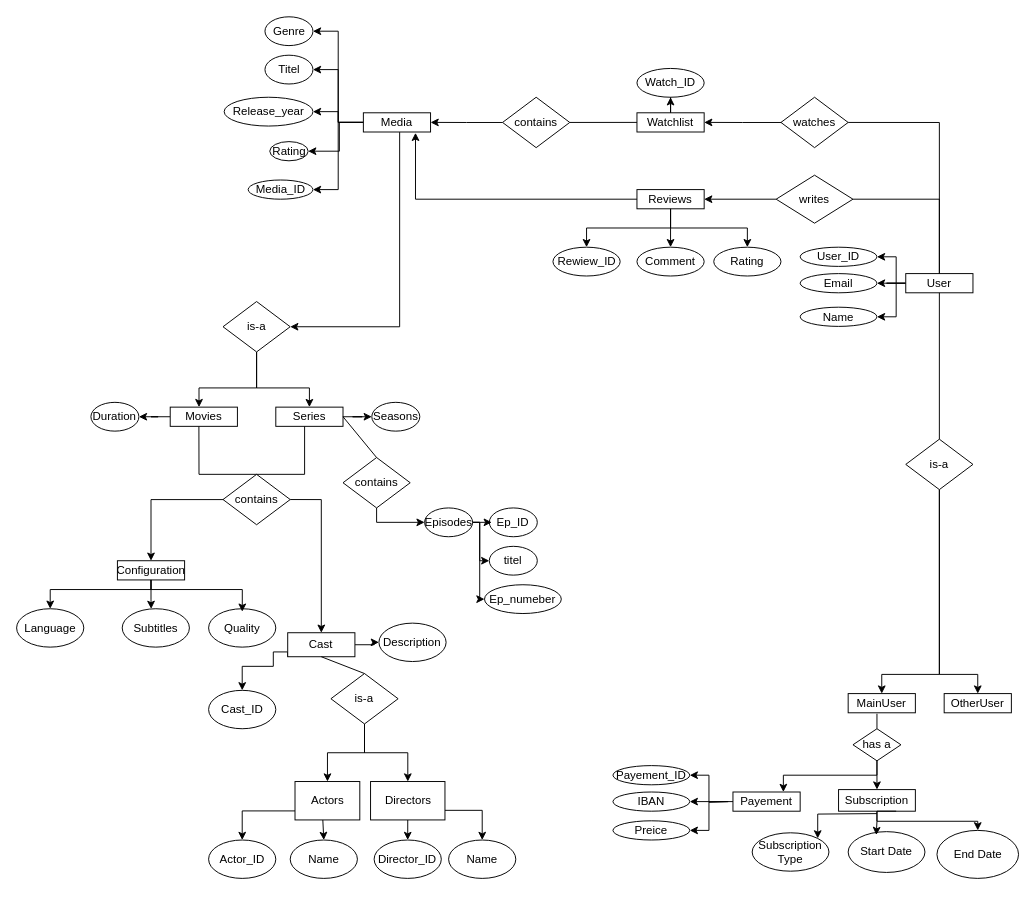
Before: draw_io/ER.drawio in KevinGarrison/DataEngineeringProjects, a draw.io diagram. Source tidied: cells renumbered, new cells numbered last; positions are measured from the earlier drawing's top-left corner, leaving out a move shared by most shapes. Both pictures are drawn from the tidied source at 96%, with x=0, y=0 at pixel (16, 16).
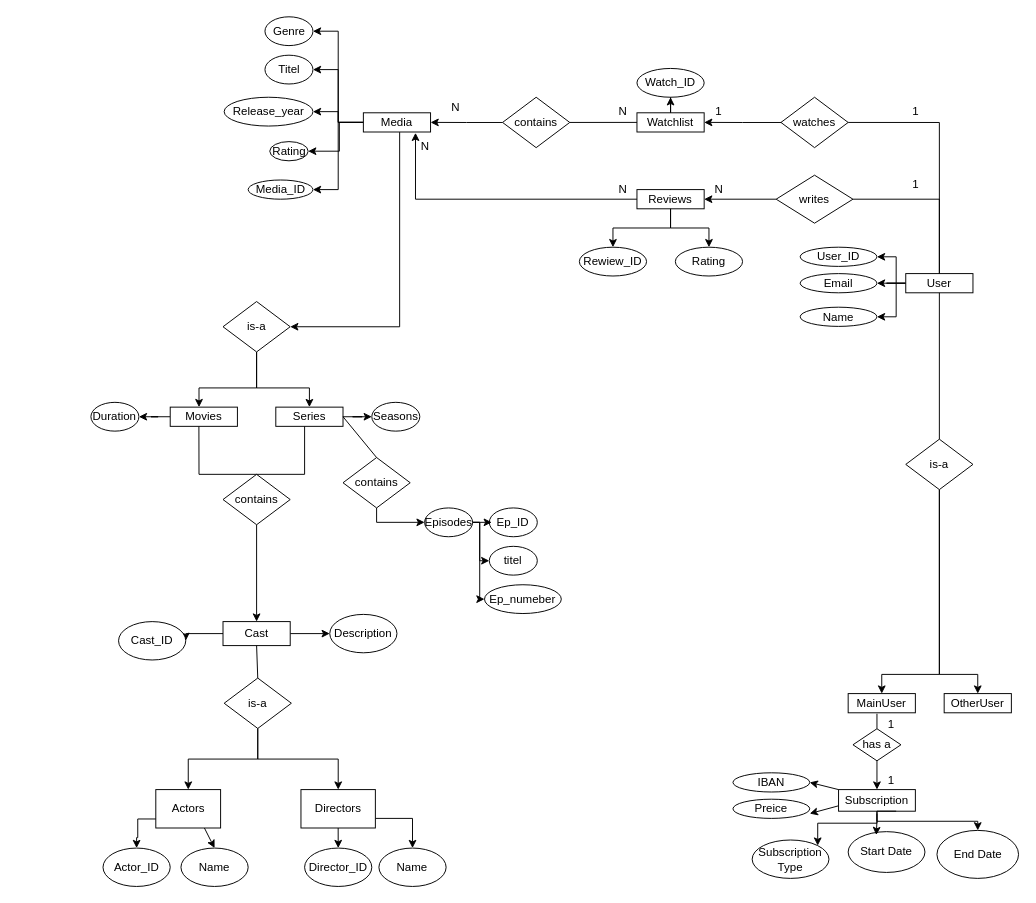
The same page after the edit.

The change refers to these unchanged cells:
```xml
<mxCell id="25" value="contains" style="rhombus;whiteSpace=wrap;html=1;" parent="1" vertex="1">
  <mxGeometry x="214.8" y="476.6" width="70" height="52.5" as="geometry" />
</mxCell>
<mxCell id="65" value="Reviews" style="rounded=0;whiteSpace=wrap;html=1;" parent="1" vertex="1">
  <mxGeometry x="646" y="180" width="70" height="20" as="geometry" />
</mxCell>
<mxCell id="102" value="has a" style="rhombus;whiteSpace=wrap;html=1;" parent="1" vertex="1">
  <mxGeometry x="871" y="741.6" width="50" height="33.4" as="geometry" />
</mxCell>
<mxCell id="105" value="Subscription" style="rounded=0;whiteSpace=wrap;html=1;" parent="1" vertex="1">
  <mxGeometry x="856" y="805" width="80" height="22.5" as="geometry" />
</mxCell>
```

The edit, as a diff of the source:
```diff
@@
-    <mxCell id="22" style="edgeStyle=orthogonalEdgeStyle;rounded=0;jettySize=auto;html=1;entryX=0.5;entryY=0;entryDx=0;entryDy=0;" parent="1" edge="1" source="23" target="28">
-      <mxGeometry relative="1" as="geometry">
-        <Array as="points">
-          <mxPoint x="139.8" y="596.6" />
-          <mxPoint x="34.8" y="596.6" />
-        </Array>
-      </mxGeometry>
-    </mxCell>
-    <mxCell id="23" value="Configuration" style="rounded=0;whiteSpace=wrap;html=1;" parent="1" vertex="1">
-      <mxGeometry x="104.8" y="566.6" width="70" height="20" as="geometry" />
-    </mxCell>
-    <mxCell id="24" style="edgeStyle=orthogonalEdgeStyle;rounded=0;jettySize=auto;html=1;entryX=0.5;entryY=0;entryDx=0;entryDy=0;" parent="1" edge="1" source="25" target="23">
-      <mxGeometry relative="1" as="geometry" />
-    </mxCell>
@@
-    <mxCell id="28" value="Language" style="ellipse;whiteSpace=wrap;html=1;" parent="1" vertex="1">
-      <mxGeometry x="-0.2" y="616.6" width="70" height="40" as="geometry" />
-    </mxCell>
-    <mxCell id="29" value="Subtitles" style="ellipse;whiteSpace=wrap;html=1;" parent="1" vertex="1">
-      <mxGeometry x="109.8" y="616.6" width="70" height="40" as="geometry" />
-    </mxCell>
-    <mxCell id="30" value="Quality" style="ellipse;whiteSpace=wrap;html=1;" parent="1" vertex="1">
-      <mxGeometry x="199.8" y="616.6" width="70" height="40" as="geometry" />
-    </mxCell>
-    <mxCell id="31" style="edgeStyle=orthogonalEdgeStyle;rounded=0;jettySize=auto;html=1;entryX=0.431;entryY=0.004;entryDx=0;entryDy=0;entryPerimeter=0;" parent="1" edge="1" source="23" target="29">
-      <mxGeometry relative="1" as="geometry" />
-    </mxCell>
-    <mxCell id="32" style="edgeStyle=orthogonalEdgeStyle;rounded=0;jettySize=auto;html=1;entryX=0.501;entryY=0.077;entryDx=0;entryDy=0;entryPerimeter=0;" parent="1" edge="1" source="23" target="30">
-      <mxGeometry relative="1" as="geometry">
-        <Array as="points">
-          <mxPoint x="139.8" y="596.6" />
-          <mxPoint x="234.8" y="596.6" />
-        </Array>
-      </mxGeometry>
-    </mxCell>
@@
-    <mxCell id="40" style="edgeStyle=orthogonalEdgeStyle;rounded=0;jettySize=auto;html=1;entryX=1;entryY=0.5;entryDx=0;entryDy=0;" parent="1" edge="1" target="43">
-      <mxGeometry relative="1" as="geometry">
-        <mxPoint x="741" y="817.5" as="sourcePoint" />
-      </mxGeometry>
-    </mxCell>
-    <mxCell id="41" style="edgeStyle=orthogonalEdgeStyle;rounded=0;jettySize=auto;html=1;entryX=1;entryY=0.5;entryDx=0;entryDy=0;" parent="1" edge="1" target="45">
-      <mxGeometry relative="1" as="geometry">
-        <mxPoint x="741" y="817.5" as="sourcePoint" />
-      </mxGeometry>
-    </mxCell>
-    <mxCell id="42" value="Payement" style="rounded=0;whiteSpace=wrap;html=1;" parent="1" vertex="1">
-      <mxGeometry x="746" y="807.5" width="70" height="20" as="geometry" />
-    </mxCell>
-    <mxCell id="43" value="Payement_ID" style="ellipse;whiteSpace=wrap;html=1;" parent="1" vertex="1">
-      <mxGeometry x="621" y="780" width="80" height="20" as="geometry" />
-    </mxCell>
     <mxCell id="44" value="IBAN" style="ellipse;whiteSpace=wrap;html=1;" parent="1" vertex="1">
-      <mxGeometry x="621" y="807.5" width="80" height="20" as="geometry" />
+      <mxGeometry x="746" y="787.5" width="80" height="20" as="geometry" />
     </mxCell>
     <mxCell id="45" value="Preice" style="ellipse;whiteSpace=wrap;html=1;" parent="1" vertex="1">
-      <mxGeometry x="621" y="837.5" width="80" height="20" as="geometry" />
+      <mxGeometry x="746" y="815" width="80" height="20" as="geometry" />
     </mxCell>
-    <mxCell id="46" style="edgeStyle=orthogonalEdgeStyle;rounded=0;jettySize=auto;html=1;entryX=1;entryY=0.5;entryDx=0;entryDy=0;exitX=0;exitY=0.5;exitDx=0;exitDy=0;" parent="1" edge="1" source="42" target="44">
-      <mxGeometry relative="1" as="geometry" />
-    </mxCell>
@@
     <mxCell id="60" value="Subscription&lt;div&gt;Type&lt;/div&gt;" style="ellipse;whiteSpace=wrap;html=1;" parent="1" vertex="1">
-      <mxGeometry x="766" y="850" width="80" height="40" as="geometry" />
+      <mxGeometry x="766" y="857.5" width="80" height="40" as="geometry" />
     </mxCell>
@@
     <mxCell id="63" style="edgeStyle=orthogonalEdgeStyle;rounded=0;jettySize=auto;html=1;entryX=0.5;entryY=0;entryDx=0;entryDy=0;" parent="1" edge="1" source="65" target="67">
-      <mxGeometry relative="1" as="geometry">
-        <Array as="points">
-          <mxPoint x="681" y="220" />
-          <mxPoint x="594" y="220" />
-        </Array>
-      </mxGeometry>
+      <mxGeometry relative="1" as="geometry" />
     </mxCell>
-    <mxCell id="64" style="edgeStyle=orthogonalEdgeStyle;rounded=0;jettySize=auto;html=1;entryX=0.5;entryY=0;entryDx=0;entryDy=0;" parent="1" edge="1" source="65" target="66">
-      <mxGeometry relative="1" as="geometry" />
-    </mxCell>
@@
-    <mxCell id="66" value="Comment" style="ellipse;whiteSpace=wrap;html=1;" parent="1" vertex="1">
-      <mxGeometry x="646" y="240" width="70" height="30" as="geometry" />
-    </mxCell>
     <mxCell id="67" value="Rewiew_ID" style="ellipse;whiteSpace=wrap;html=1;" parent="1" vertex="1">
-      <mxGeometry x="558.5" y="240" width="70" height="30" as="geometry" />
+      <mxGeometry x="586" y="240" width="70" height="30" as="geometry" />
     </mxCell>
     <mxCell id="68" value="Rating" style="ellipse;whiteSpace=wrap;html=1;" parent="1" vertex="1">
-      <mxGeometry x="726" y="240" width="70" height="30" as="geometry" />
+      <mxGeometry x="686" y="240" width="70" height="30" as="geometry" />
     </mxCell>
     <mxCell id="69" style="edgeStyle=orthogonalEdgeStyle;rounded=0;jettySize=auto;html=1;entryX=0.5;entryY=0;entryDx=0;entryDy=0;" parent="1" edge="1" source="65" target="68">
-      <mxGeometry relative="1" as="geometry">
-        <Array as="points">
-          <mxPoint x="681" y="220" />
-          <mxPoint x="761" y="220" />
-        </Array>
-      </mxGeometry>
+      <mxGeometry relative="1" as="geometry" />
     </mxCell>
@@
-    <mxCell id="82" style="edgeStyle=orthogonalEdgeStyle;rounded=0;jettySize=auto;html=1;entryX=0.5;entryY=0;entryDx=0;entryDy=0;exitX=0;exitY=1;exitDx=0;exitDy=0;" parent="1" edge="1" source="83" target="87">
-      <mxGeometry relative="1" as="geometry">
-        <Array as="points">
-          <mxPoint x="267.2" y="661.6" />
-          <mxPoint x="267.2" y="676.6" />
-          <mxPoint x="235.2" y="676.6" />
-        </Array>
-      </mxGeometry>
+    <mxCell id="82" style="edgeStyle=orthogonalEdgeStyle;rounded=0;jettySize=auto;html=1;entryX=1;entryY=0.5;entryDx=0;entryDy=0;exitX=0;exitY=0.5;exitDx=0;exitDy=0;" parent="1" edge="1" source="83" target="87">
+      <mxGeometry relative="1" as="geometry" />
     </mxCell>
     <mxCell id="83" value="Cast" style="rounded=0;whiteSpace=wrap;html=1;" parent="1" vertex="1">
-      <mxGeometry x="282.2" y="641.6" width="70" height="25" as="geometry" />
+      <mxGeometry x="214.8" y="630" width="70" height="25" as="geometry" />
     </mxCell>
-    <mxCell id="84" style="edgeStyle=orthogonalEdgeStyle;rounded=0;jettySize=auto;html=1;entryX=0.5;entryY=0;entryDx=0;entryDy=0;exitX=1;exitY=0.5;exitDx=0;exitDy=0;" parent="1" edge="1" source="25" target="83">
+    <mxCell id="84" style="edgeStyle=orthogonalEdgeStyle;rounded=0;jettySize=auto;html=1;entryX=0.5;entryY=0;entryDx=0;entryDy=0;exitX=0.5;exitY=1;exitDx=0;exitDy=0;" parent="1" edge="1" source="25" target="83">
       <mxGeometry relative="1" as="geometry" />
     </mxCell>
     <mxCell id="85" value="Description" style="ellipse;whiteSpace=wrap;html=1;" parent="1" vertex="1">
-      <mxGeometry x="377.2" y="631.6" width="70" height="40" as="geometry" />
+      <mxGeometry x="326" y="622.5" width="70" height="40" as="geometry" />
     </mxCell>
@@
     <mxCell id="87" value="Cast_ID" style="ellipse;whiteSpace=wrap;html=1;" parent="1" vertex="1">
-      <mxGeometry x="199.8" y="701.6" width="70" height="40" as="geometry" />
+      <mxGeometry x="106" y="630" width="70" height="40" as="geometry" />
     </mxCell>
     <mxCell id="88" value="is-a" style="rhombus;whiteSpace=wrap;html=1;" parent="1" vertex="1">
-      <mxGeometry x="327.2" y="684.1" width="70" height="52.5" as="geometry" />
+      <mxGeometry x="216" y="688.8" width="70" height="52.5" as="geometry" />
     </mxCell>
@@
     <mxCell id="92" value="Actor_ID" style="ellipse;whiteSpace=wrap;html=1;" parent="1" vertex="1">
-      <mxGeometry x="199.8" y="857.5" width="70" height="40" as="geometry" />
+      <mxGeometry x="89.8" y="865.9" width="70" height="40" as="geometry" />
     </mxCell>
     <mxCell id="93" value="Director_ID" style="ellipse;whiteSpace=wrap;html=1;" parent="1" vertex="1">
-      <mxGeometry x="372.2" y="857.5" width="70" height="40" as="geometry" />
+      <mxGeometry x="299.8" y="865.9" width="70" height="40" as="geometry" />
     </mxCell>
     <mxCell id="94" value="Name" style="ellipse;whiteSpace=wrap;html=1;" parent="1" vertex="1">
-      <mxGeometry x="284.8" y="857.5" width="70" height="40" as="geometry" />
+      <mxGeometry x="171" y="865.9" width="70" height="40" as="geometry" />
     </mxCell>
     <mxCell id="95" value="Name" style="ellipse;whiteSpace=wrap;html=1;" parent="1" vertex="1">
-      <mxGeometry x="449.8" y="857.5" width="70" height="40" as="geometry" />
+      <mxGeometry x="377.2" y="865.9" width="70" height="40" as="geometry" />
     </mxCell>
     <mxCell id="96" style="endArrow=classic;html=1;rounded=0;exitX=0.03;exitY=0.765;exitDx=0;exitDy=0;entryX=0.5;entryY=0;entryDx=0;entryDy=0;edgeStyle=orthogonalEdgeStyle;exitPerimeter=0;" parent="1" edge="1" source="100" target="92">
-      <mxGeometry relative="1" as="geometry" />
+      <mxGeometry relative="1" as="geometry">
+        <Array as="points">
+          <mxPoint x="126" y="836" />
+          <mxPoint x="126" y="855" />
+          <mxPoint x="125" y="855" />
+        </Array>
+      </mxGeometry>
     </mxCell>
-    <mxCell id="97" style="endArrow=classic;html=1;rounded=0;exitX=0.429;exitY=0.988;exitDx=0;exitDy=0;entryX=0.5;entryY=0;entryDx=0;entryDy=0;exitPerimeter=0;" parent="1" edge="1" source="100" target="94">
+    <mxCell id="97" style="endArrow=classic;html=1;rounded=0;exitX=0.75;exitY=1;exitDx=0;exitDy=0;entryX=0.5;entryY=0;entryDx=0;entryDy=0;" parent="1" edge="1" source="100" target="94">
       <mxGeometry relative="1" as="geometry" />
     </mxCell>
@@
     <mxCell id="99" style="endArrow=classic;html=1;rounded=0;entryX=0.5;entryY=0;entryDx=0;entryDy=0;edgeStyle=orthogonalEdgeStyle;exitX=1;exitY=0.75;exitDx=0;exitDy=0;" parent="1" edge="1" source="101" target="95">
       <mxGeometry relative="1" as="geometry">
         <Array as="points">
-          <mxPoint x="485.2" y="826.6" />
+          <mxPoint x="412.8" y="835" />
         </Array>
       </mxGeometry>
     </mxCell>
     <mxCell id="100" value="Actors" style="rounded=0;whiteSpace=wrap;html=1;" parent="1" vertex="1">
-      <mxGeometry x="289.8" y="796.6" width="67.5" height="40" as="geometry" />
+      <mxGeometry x="144.8" y="805" width="67.5" height="40" as="geometry" />
     </mxCell>
     <mxCell id="101" value="Directors" style="rounded=0;whiteSpace=wrap;html=1;" parent="1" vertex="1">
-      <mxGeometry x="368.5" y="796.6" width="77.5" height="40" as="geometry" />
+      <mxGeometry x="296" y="805" width="77.5" height="40" as="geometry" />
     </mxCell>
@@
-    <mxCell id="104" style="endArrow=classic;html=1;rounded=0;exitX=0.5;exitY=1;exitDx=0;exitDy=0;entryX=0.75;entryY=0;entryDx=0;entryDy=0;edgeStyle=orthogonalEdgeStyle;" parent="1" edge="1" source="102" target="42">
-      <mxGeometry relative="1" as="geometry">
-        <Array as="points">
-          <mxPoint x="896" y="790" />
-          <mxPoint x="799" y="790" />
-          <mxPoint x="799" y="808" />
-        </Array>
-      </mxGeometry>
-    </mxCell>
+    <mxCell id="115" style="rounded=0;jettySize=auto;html=1;exitX=0;exitY=0.75;exitDx=0;exitDy=0;" parent="1" edge="1" source="105">
+      <mxGeometry relative="1" as="geometry">
+        <mxPoint x="826" y="830" as="targetPoint" />
+      </mxGeometry>
+    </mxCell>
+    <mxCell id="116" style="rounded=0;jettySize=auto;html=1;exitX=0;exitY=0;exitDx=0;exitDy=0;entryX=1;entryY=0.5;entryDx=0;entryDy=0;" parent="1" edge="1" source="105" target="44">
+      <mxGeometry relative="1" as="geometry" />
+    </mxCell>
@@
     <mxCell id="108" style="endArrow=classic;html=1;rounded=0;entryX=1;entryY=0;entryDx=0;entryDy=0;edgeStyle=orthogonalEdgeStyle;" parent="1" edge="1" target="60">
       <mxGeometry relative="1" as="geometry">
         <mxPoint x="896" y="830" as="sourcePoint" />
+        <Array as="points">
+          <mxPoint x="896" y="840" />
+          <mxPoint x="834" y="840" />
+        </Array>
       </mxGeometry>
     </mxCell>
@@
+    <mxCell id="117" value="N" style="text;html=1;align=center;verticalAlign=middle;strokeColor=none;fillColor=none;" parent="1" vertex="1">
+      <mxGeometry x="409.8" y="120" width="30" height="30" as="geometry" />
+    </mxCell>
+    <mxCell id="118" value="N" style="text;html=1;align=center;verticalAlign=middle;strokeColor=none;fillColor=none;" parent="1" vertex="1">
+      <mxGeometry x="716" y="165" width="30" height="30" as="geometry" />
+    </mxCell>
+    <mxCell id="119" value="1" style="text;html=1;align=center;verticalAlign=middle;strokeColor=none;fillColor=none;" parent="1" vertex="1">
+      <mxGeometry x="716" y="83.8" width="30" height="30" as="geometry" />
+    </mxCell>
+    <mxCell id="120" value="1" style="text;html=1;align=center;verticalAlign=middle;strokeColor=none;fillColor=none;" parent="1" vertex="1">
+      <mxGeometry x="921" y="83.8" width="30" height="30" as="geometry" />
+    </mxCell>
+    <mxCell id="121" value="N" style="text;html=1;align=center;verticalAlign=middle;strokeColor=none;fillColor=none;" parent="1" vertex="1">
+      <mxGeometry x="616" y="83.8" width="30" height="30" as="geometry" />
+    </mxCell>
+    <mxCell id="122" value="N" style="text;html=1;align=center;verticalAlign=middle;strokeColor=none;fillColor=none;" parent="1" vertex="1">
+      <mxGeometry x="442.2" y="80" width="30" height="30" as="geometry" />
+    </mxCell>
+    <mxCell id="123" value="1" style="text;html=1;align=center;verticalAlign=middle;strokeColor=none;fillColor=none;" parent="1" vertex="1">
+      <mxGeometry x="921" y="160" width="30" height="30" as="geometry" />
+    </mxCell>
+    <mxCell id="124" value="N" style="text;html=1;align=center;verticalAlign=middle;strokeColor=none;fillColor=none;" parent="1" vertex="1">
+      <mxGeometry x="616" y="165" width="30" height="30" as="geometry" />
+    </mxCell>
+    <mxCell id="125" value="1" style="text;html=1;align=center;verticalAlign=middle;whiteSpace=wrap;rounded=0;" parent="1" vertex="1">
+      <mxGeometry x="896" y="725" width="30" height="23.4" as="geometry" />
+    </mxCell>
+    <mxCell id="126" value="1" style="text;html=1;align=center;verticalAlign=middle;whiteSpace=wrap;rounded=0;" parent="1" vertex="1">
+      <mxGeometry x="896" y="784.1" width="30" height="23.4" as="geometry" />
+    </mxCell>
```
